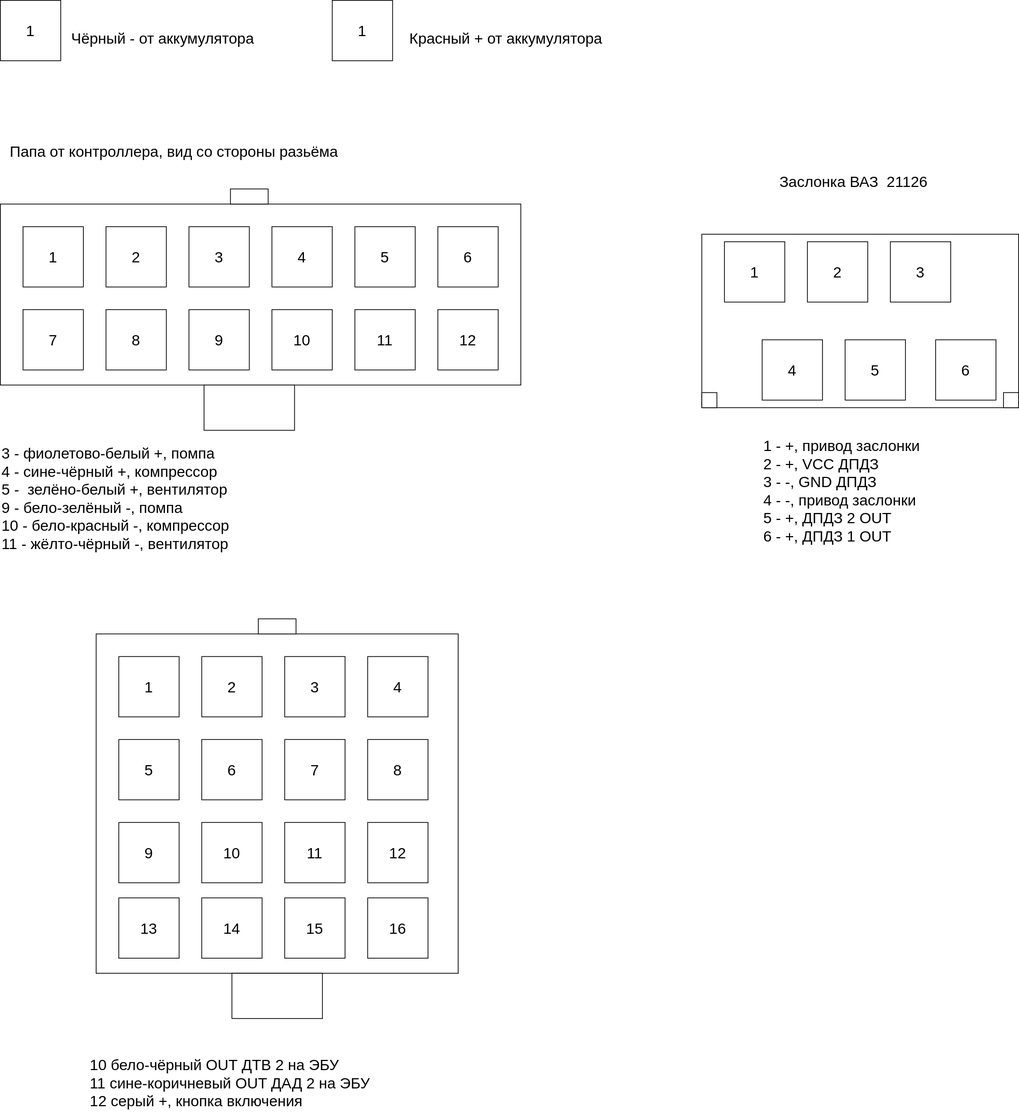
Above: connector_scheme.drawio.svg in kak-tus/compressor (draw.io), before the change. Source tidied: cells renumbered, new cells last; positions are measured from the earlier drawing's top-left corner, leaving out a move shared by most shapes.
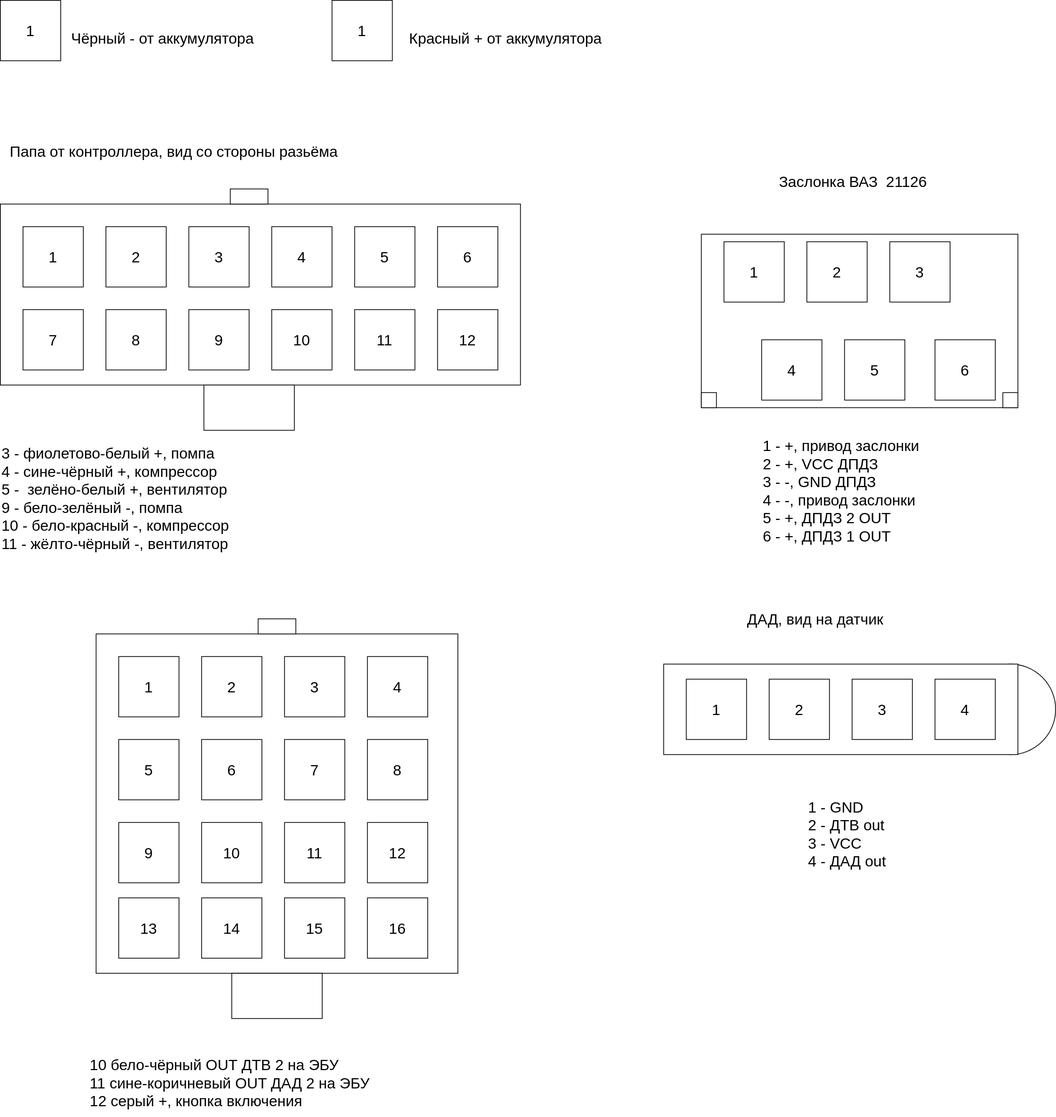
After the change.

Commit message:
map sensor connector.

The edit, as a diff of the source:
```diff
@@ -2,6 +2,9 @@
   <root>
     <mxCell id="0" />
     <mxCell id="1" parent="0" />
+    <mxCell id="54" style="ellipse;whiteSpace=wrap;html=1;" parent="1" vertex="1">
+      <mxGeometry x="1280" y="880" width="120" height="120" as="geometry" />
+    </mxCell>
     <mxCell id="2" style="rounded=0;whiteSpace=wrap;html=1;" parent="1" vertex="1">
       <mxGeometry x="930" y="310" width="420" height="230" as="geometry" />
     </mxCell>
@@ -158,5 +161,26 @@
     <mxCell id="53" style="whiteSpace=wrap;html=1;fontSize=20;" parent="1" vertex="1">
       <mxGeometry x="930" y="520" width="20" height="20" as="geometry" />
     </mxCell>
+    <mxCell id="55" style="rounded=0;whiteSpace=wrap;html=1;" parent="1" vertex="1">
+      <mxGeometry x="880" y="880" width="470" height="120" as="geometry" />
+    </mxCell>
+    <mxCell id="56" value="4" style="whiteSpace=wrap;html=1;fontSize=20;" parent="1" vertex="1">
+      <mxGeometry x="1240" y="900" width="80" height="80" as="geometry" />
+    </mxCell>
+    <mxCell id="57" value="1" style="whiteSpace=wrap;html=1;fontSize=20;" parent="1" vertex="1">
+      <mxGeometry x="910" y="900" width="80" height="80" as="geometry" />
+    </mxCell>
+    <mxCell id="58" value="2" style="whiteSpace=wrap;html=1;fontSize=20;" parent="1" vertex="1">
+      <mxGeometry x="1020" y="900" width="80" height="80" as="geometry" />
+    </mxCell>
+    <mxCell id="59" value="3" style="whiteSpace=wrap;html=1;fontSize=20;" parent="1" vertex="1">
+      <mxGeometry x="1130" y="900" width="80" height="80" as="geometry" />
+    </mxCell>
+    <mxCell id="60" value="1 - GND&lt;br&gt;2 - ДТВ out&lt;br&gt;3 - VCC&lt;br&gt;4 - ДАД out" style="text;html=1;align=left;verticalAlign=middle;strokeColor=none;fillColor=none;fontSize=20;" parent="1" vertex="1">
+      <mxGeometry x="1070" y="1050" width="130" height="110" as="geometry" />
+    </mxCell>
+    <mxCell id="61" value="&lt;font style=&quot;font-size: 20px;&quot;&gt;ДАД, вид на датчик&lt;/font&gt;" style="text;html=1;align=center;verticalAlign=middle;strokeColor=none;fillColor=none;" parent="1" vertex="1">
+      <mxGeometry x="981" y="800" width="200" height="40" as="geometry" />
+    </mxCell>
   </root>
 </mxGraphModel>
```
